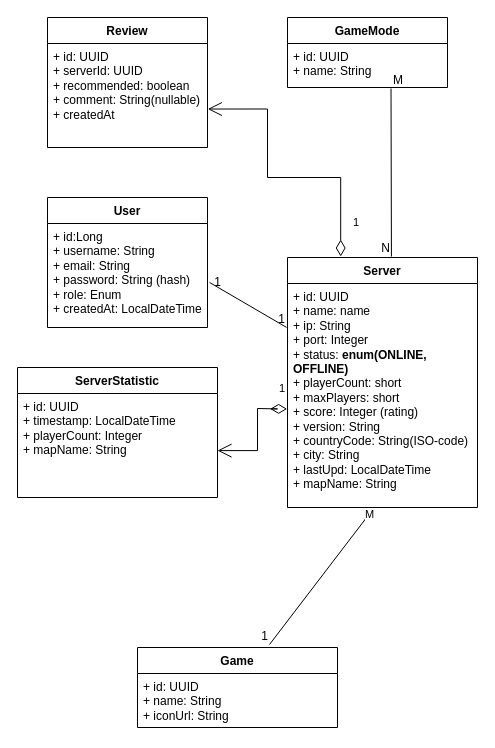
Above: diagrams/entities/entityRelationshipUML.drawio in Lytiy74/ServerPulse (draw.io), before the change. Source tidied: cells renumbered, new cells numbered last; positions are measured from the earlier drawing's top-left corner, leaving out a move shared by most shapes. Both pictures are drawn from the tidied source at 100%, with x=0, y=0 at pixel (17, 17).
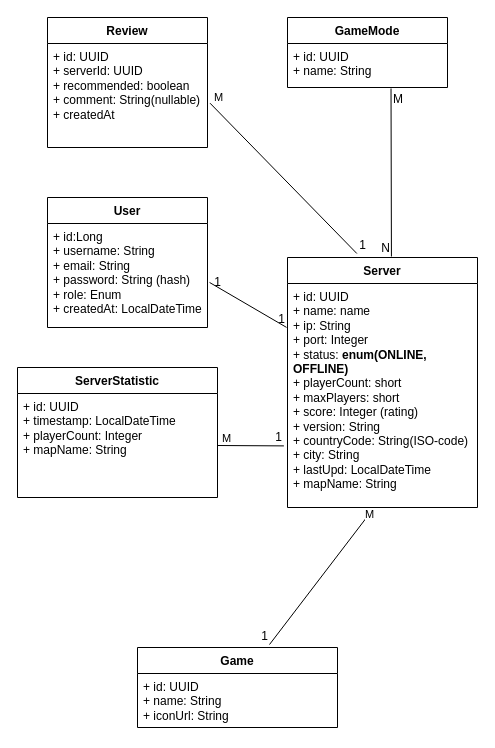
The same diagram, later.

Commit message:
change entity diagram

Unchanged cells that the change refers to:
```xml
<mxCell id="4" value="Server" style="swimlane;fontStyle=1;align=center;verticalAlign=top;horizontal=1;startSize=26;whiteSpace=wrap;html=1;" parent="1" vertex="1">
  <mxGeometry x="270" y="240" width="190" height="250" as="geometry" />
</mxCell>
<mxCell id="5" value="+ id: UUID&lt;br&gt;&lt;div&gt;+ name: name&lt;br&gt;+ ip: String&lt;br&gt;+ port: Integer&lt;/div&gt;&lt;div&gt;+ status: &lt;b&gt;enum(ONLINE, OFFLINE)&lt;/b&gt;&lt;/div&gt;&lt;div&gt;+ playerCount: short&lt;br&gt;+ maxPlayers: short&lt;br&gt;+ score: Integer (rating)&lt;br&gt;+ version: String&lt;br&gt;+ countryCode: String(ISO-code)&lt;/div&gt;&lt;div&gt;+ city: String&lt;br&gt;+ lastUpd: LocalDateTime&lt;br&gt;+ mapName: String&lt;/div&gt;" style="text;strokeColor=none;fillColor=none;align=left;verticalAlign=top;spacingLeft=4;spacingRight=4;overflow=hidden;points=[[0,0.5],[1,0.5]];portConstraint=eastwest;whiteSpace=wrap;html=1;" parent="4" vertex="1">
  <mxGeometry y="26" width="190" height="224" as="geometry" />
</mxCell>
<mxCell id="7" value="+ id: UUID&lt;br&gt;&lt;div&gt;+ timestamp: LocalDateTime&lt;br&gt;+ playerCount: Integer&lt;br&gt;+ mapName: String&lt;/div&gt;" style="text;strokeColor=none;fillColor=none;align=left;verticalAlign=top;spacingLeft=4;spacingRight=4;overflow=hidden;points=[[0,0.5],[1,0.5]];portConstraint=eastwest;whiteSpace=wrap;html=1;" parent="6" vertex="1">
  <mxGeometry y="26" width="200" height="104" as="geometry" />
</mxCell>
<mxCell id="11" value="+ id: UUID&lt;div&gt;+ serverId: UUID&lt;br&gt;+ recommended: boolean&lt;br&gt;+ comment: String(nullable)&lt;br&gt;+ createdAt&lt;/div&gt;" style="text;strokeColor=none;fillColor=none;align=left;verticalAlign=top;spacingLeft=4;spacingRight=4;overflow=hidden;points=[[0,0.5],[1,0.5]];portConstraint=eastwest;whiteSpace=wrap;html=1;" parent="10" vertex="1">
  <mxGeometry y="26" width="160" height="104" as="geometry" />
</mxCell>
<mxCell id="14" style="endArrow=none;html=1;rounded=0;exitX=0.647;exitY=1.022;exitDx=0;exitDy=0;exitPerimeter=0;entryX=0.547;entryY=-0.004;entryDx=0;entryDy=0;entryPerimeter=0;" parent="1" edge="1" source="9" target="4">
  <mxGeometry relative="1" as="geometry" />
</mxCell>
```

The edit, as a diff of the source:
```diff
@@
-    <mxCell id="12" value="1" style="endArrow=open;html=1;endSize=12;startArrow=diamondThin;startSize=14;startFill=0;edgeStyle=orthogonalEdgeStyle;align=left;verticalAlign=bottom;rounded=0;exitX=-0.016;exitY=0.56;exitDx=0;exitDy=0;exitPerimeter=0;entryX=1.002;entryY=0.549;entryDx=0;entryDy=0;entryPerimeter=0;" parent="1" edge="1">
-      <mxGeometry x="-0.82" y="-11" relative="1" as="geometry">
-        <mxPoint x="269.6" y="391.4" as="sourcePoint" />
-        <mxPoint x="200" y="433.1" as="targetPoint" />
-        <Array as="points">
-          <mxPoint x="260" y="391" />
-          <mxPoint x="240" y="391" />
-          <mxPoint x="240" y="433" />
-        </Array>
-      </mxGeometry>
-    </mxCell>
-    <mxCell id="13" value="1" style="endArrow=open;html=1;endSize=12;startArrow=diamondThin;startSize=14;startFill=0;edgeStyle=orthogonalEdgeStyle;align=left;verticalAlign=bottom;rounded=0;entryX=1.002;entryY=0.63;entryDx=0;entryDy=0;entryPerimeter=0;exitX=0.28;exitY=-0.004;exitDx=0;exitDy=0;exitPerimeter=0;" parent="1" edge="1" source="4" target="11">
-      <mxGeometry x="-0.82" y="-11" relative="1" as="geometry">
-        <Array as="points">
-          <mxPoint x="323" y="160" />
-          <mxPoint x="250" y="160" />
-          <mxPoint x="250" y="92" />
-        </Array>
-      </mxGeometry>
-    </mxCell>
@@
     <mxCell id="15" value="M" style="html=1;whiteSpace=wrap;align=left;verticalAlign=bottom;" parent="14" vertex="1">
-      <mxGeometry x="-1" relative="1" as="geometry" />
+      <mxGeometry x="-1" relative="1" as="geometry">
+        <mxPoint y="19" as="offset" />
+      </mxGeometry>
     </mxCell>
@@
+    <mxCell id="25" style="endArrow=none;html=1;rounded=0;exitX=1;exitY=0.5;exitDx=0;exitDy=0;entryX=-0.019;entryY=0.725;entryDx=0;entryDy=0;entryPerimeter=0;" parent="1" edge="1" source="7" target="5">
+      <mxGeometry relative="1" as="geometry" />
+    </mxCell>
+    <mxCell id="26" value="1" style="html=1;whiteSpace=wrap;align=right;verticalAlign=bottom;" parent="25" vertex="1">
+      <mxGeometry x="1" relative="1" as="geometry" />
+    </mxCell>
+    <mxCell id="27" value="M" style="edgeLabel;html=1;align=center;verticalAlign=middle;" parent="25" vertex="1">
+      <mxGeometry x="-0.76" y="1" relative="1" as="geometry">
+        <mxPoint y="-7" as="offset" />
+      </mxGeometry>
+    </mxCell>
+    <mxCell id="28" style="endArrow=none;html=1;rounded=0;exitX=1.016;exitY=0.574;exitDx=0;exitDy=0;exitPerimeter=0;entryX=0.365;entryY=-0.016;entryDx=0;entryDy=0;entryPerimeter=0;" parent="1" edge="1" source="11" target="4">
+      <mxGeometry relative="1" as="geometry" />
+    </mxCell>
+    <mxCell id="29" value="1" style="html=1;whiteSpace=wrap;align=right;verticalAlign=bottom;" parent="28" vertex="1">
+      <mxGeometry x="1" relative="1" as="geometry">
+        <mxPoint x="11" as="offset" />
+      </mxGeometry>
+    </mxCell>
+    <mxCell id="30" value="M" style="edgeLabel;html=1;align=center;verticalAlign=middle;" parent="28" vertex="1">
+      <mxGeometry x="-0.95" relative="1" as="geometry">
+        <mxPoint x="4" y="-10" as="offset" />
+      </mxGeometry>
+    </mxCell>
```
